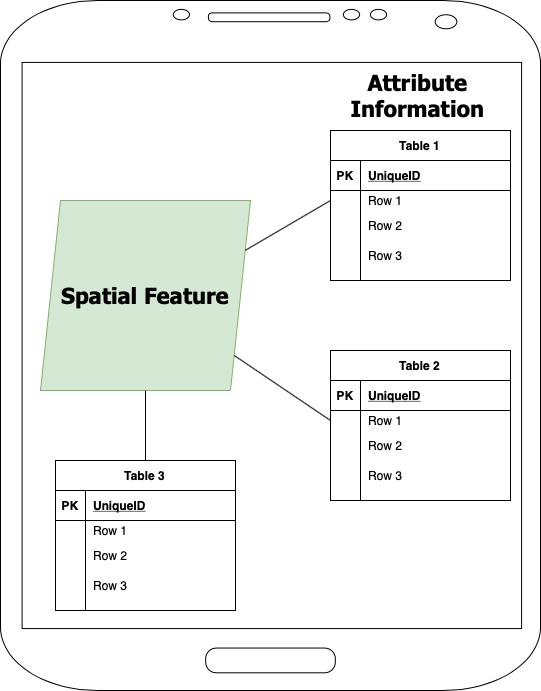
The draw.io diagram img_tonga_crop_survey/qfield-concept.png in livelihoods-and-landscapes/qgis_qfield_tutorials, before a commit. Source tidied: cells renumbered, new cells last; positions are measured from the earlier drawing's top-left corner, leaving out a move shared by most shapes.
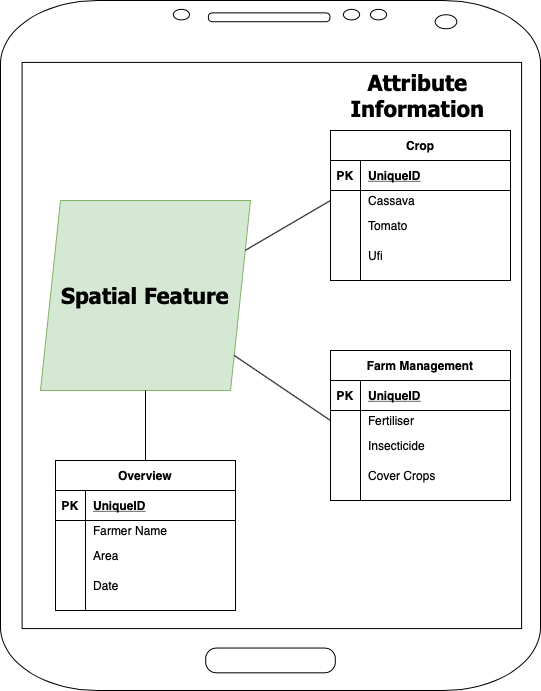
After the change.

What changed in the source:
```diff
@@ -14,7 +14,7 @@
     <mxCell id="5" style="endArrow=none;html=1;exitX=0.5;exitY=0;exitDx=0;exitDy=0;entryX=0.5;entryY=1;entryDx=0;entryDy=0;" parent="1" edge="1" source="6" target="2">
       <mxGeometry relative="1" as="geometry" />
     </mxCell>
-    <mxCell id="6" value="Table 3" style="shape=table;startSize=30;rowLines=0;fontStyle=1;align=center;fillColor=none;" parent="1" vertex="1">
+    <mxCell id="6" value="Overview" style="shape=table;startSize=30;rowLines=0;fontStyle=1;align=center;fillColor=none;" parent="1" vertex="1">
       <mxGeometry x="55" y="460" width="180" height="150" as="geometry" />
     </mxCell>
     <mxCell id="7" style="shape=partialRectangle;fillColor=none;top=0;left=0;bottom=1;right=0;" parent="6" vertex="1">
@@ -32,7 +32,7 @@
     <mxCell id="11" style="shape=partialRectangle;fillColor=none;top=0;left=0;bottom=0;right=0;overflow=hidden;" parent="10" vertex="1">
       <mxGeometry width="30" height="20" as="geometry" />
     </mxCell>
-    <mxCell id="12" value="Row 1" style="shape=partialRectangle;fillColor=none;top=0;left=0;bottom=0;right=0;align=left;spacingLeft=6;overflow=hidden;" parent="10" vertex="1">
+    <mxCell id="12" value="Farmer Name" style="shape=partialRectangle;fillColor=none;top=0;left=0;bottom=0;right=0;align=left;spacingLeft=6;overflow=hidden;" parent="10" vertex="1">
       <mxGeometry x="30" width="150" height="20" as="geometry" />
     </mxCell>
     <mxCell id="13" style="shape=partialRectangle;fillColor=none;top=0;left=0;bottom=0;right=0;" parent="6" vertex="1">
@@ -41,7 +41,7 @@
     <mxCell id="14" style="shape=partialRectangle;fillColor=none;top=0;left=0;bottom=0;right=0;overflow=hidden;" parent="13" vertex="1">
       <mxGeometry width="30" height="30" as="geometry" />
     </mxCell>
-    <mxCell id="15" value="Row 2" style="shape=partialRectangle;fillColor=none;top=0;left=0;bottom=0;right=0;align=left;spacingLeft=6;overflow=hidden;" parent="13" vertex="1">
+    <mxCell id="15" value="Area" style="shape=partialRectangle;fillColor=none;top=0;left=0;bottom=0;right=0;align=left;spacingLeft=6;overflow=hidden;" parent="13" vertex="1">
       <mxGeometry x="30" width="150" height="30" as="geometry" />
     </mxCell>
     <mxCell id="16" style="shape=partialRectangle;fillColor=none;top=0;left=0;bottom=0;right=0;" parent="6" vertex="1">
@@ -50,10 +50,10 @@
     <mxCell id="17" style="shape=partialRectangle;fillColor=none;top=0;left=0;bottom=0;right=0;overflow=hidden;" parent="16" vertex="1">
       <mxGeometry width="30" height="30" as="geometry" />
     </mxCell>
-    <mxCell id="18" value="Row 3" style="shape=partialRectangle;fillColor=none;top=0;left=0;bottom=0;right=0;align=left;spacingLeft=6;overflow=hidden;" parent="16" vertex="1">
+    <mxCell id="18" value="Date" style="shape=partialRectangle;fillColor=none;top=0;left=0;bottom=0;right=0;align=left;spacingLeft=6;overflow=hidden;" parent="16" vertex="1">
       <mxGeometry x="30" width="150" height="30" as="geometry" />
     </mxCell>
-    <mxCell id="19" value="Table 2" style="shape=table;startSize=30;rowLines=0;fontStyle=1;align=center;fillColor=none;" parent="1" vertex="1">
+    <mxCell id="19" value="Farm Management" style="shape=table;startSize=30;rowLines=0;fontStyle=1;align=center;fillColor=none;" parent="1" vertex="1">
       <mxGeometry x="330" y="350" width="180" height="150" as="geometry" />
     </mxCell>
     <mxCell id="20" style="shape=partialRectangle;fillColor=none;top=0;left=0;bottom=1;right=0;" parent="19" vertex="1">
@@ -71,7 +71,7 @@
     <mxCell id="24" style="shape=partialRectangle;fillColor=none;top=0;left=0;bottom=0;right=0;overflow=hidden;" parent="23" vertex="1">
       <mxGeometry width="30" height="20" as="geometry" />
     </mxCell>
-    <mxCell id="25" value="Row 1" style="shape=partialRectangle;fillColor=none;top=0;left=0;bottom=0;right=0;align=left;spacingLeft=6;overflow=hidden;" parent="23" vertex="1">
+    <mxCell id="25" value="Fertiliser" style="shape=partialRectangle;fillColor=none;top=0;left=0;bottom=0;right=0;align=left;spacingLeft=6;overflow=hidden;" parent="23" vertex="1">
       <mxGeometry x="30" width="150" height="20" as="geometry" />
     </mxCell>
     <mxCell id="26" style="shape=partialRectangle;fillColor=none;top=0;left=0;bottom=0;right=0;" parent="19" vertex="1">
@@ -80,7 +80,7 @@
     <mxCell id="27" style="shape=partialRectangle;fillColor=none;top=0;left=0;bottom=0;right=0;overflow=hidden;" parent="26" vertex="1">
       <mxGeometry width="30" height="30" as="geometry" />
     </mxCell>
-    <mxCell id="28" value="Row 2" style="shape=partialRectangle;fillColor=none;top=0;left=0;bottom=0;right=0;align=left;spacingLeft=6;overflow=hidden;" parent="26" vertex="1">
+    <mxCell id="28" value="Insecticide" style="shape=partialRectangle;fillColor=none;top=0;left=0;bottom=0;right=0;align=left;spacingLeft=6;overflow=hidden;" parent="26" vertex="1">
       <mxGeometry x="30" width="150" height="30" as="geometry" />
     </mxCell>
     <mxCell id="29" style="shape=partialRectangle;fillColor=none;top=0;left=0;bottom=0;right=0;" parent="19" vertex="1">
@@ -89,10 +89,10 @@
     <mxCell id="30" style="shape=partialRectangle;fillColor=none;top=0;left=0;bottom=0;right=0;overflow=hidden;" parent="29" vertex="1">
       <mxGeometry width="30" height="30" as="geometry" />
     </mxCell>
-    <mxCell id="31" value="Row 3" style="shape=partialRectangle;fillColor=none;top=0;left=0;bottom=0;right=0;align=left;spacingLeft=6;overflow=hidden;" parent="29" vertex="1">
+    <mxCell id="31" value="Cover Crops" style="shape=partialRectangle;fillColor=none;top=0;left=0;bottom=0;right=0;align=left;spacingLeft=6;overflow=hidden;" parent="29" vertex="1">
       <mxGeometry x="30" width="150" height="30" as="geometry" />
     </mxCell>
-    <mxCell id="32" value="Table 1" style="shape=table;startSize=30;rowLines=0;fontStyle=1;align=center;fillColor=none;" parent="1" vertex="1">
+    <mxCell id="32" value="Crop" style="shape=table;startSize=30;rowLines=0;fontStyle=1;align=center;fillColor=none;" parent="1" vertex="1">
       <mxGeometry x="330" y="130" width="180" height="150" as="geometry" />
     </mxCell>
     <mxCell id="33" style="shape=partialRectangle;fillColor=none;top=0;left=0;bottom=1;right=0;" parent="32" vertex="1">
@@ -110,7 +110,7 @@
     <mxCell id="37" style="shape=partialRectangle;fillColor=none;top=0;left=0;bottom=0;right=0;overflow=hidden;" parent="36" vertex="1">
       <mxGeometry width="30" height="20" as="geometry" />
     </mxCell>
-    <mxCell id="38" value="Row 1" style="shape=partialRectangle;fillColor=none;top=0;left=0;bottom=0;right=0;align=left;spacingLeft=6;overflow=hidden;" parent="36" vertex="1">
+    <mxCell id="38" value="Cassava" style="shape=partialRectangle;fillColor=none;top=0;left=0;bottom=0;right=0;align=left;spacingLeft=6;overflow=hidden;" parent="36" vertex="1">
       <mxGeometry x="30" width="150" height="20" as="geometry" />
     </mxCell>
     <mxCell id="39" style="shape=partialRectangle;fillColor=none;top=0;left=0;bottom=0;right=0;" parent="32" vertex="1">
@@ -119,7 +119,7 @@
     <mxCell id="40" style="shape=partialRectangle;fillColor=none;top=0;left=0;bottom=0;right=0;overflow=hidden;" parent="39" vertex="1">
       <mxGeometry width="30" height="30" as="geometry" />
     </mxCell>
-    <mxCell id="41" value="Row 2" style="shape=partialRectangle;fillColor=none;top=0;left=0;bottom=0;right=0;align=left;spacingLeft=6;overflow=hidden;" parent="39" vertex="1">
+    <mxCell id="41" value="Tomato" style="shape=partialRectangle;fillColor=none;top=0;left=0;bottom=0;right=0;align=left;spacingLeft=6;overflow=hidden;" parent="39" vertex="1">
       <mxGeometry x="30" width="150" height="30" as="geometry" />
     </mxCell>
     <mxCell id="42" style="shape=partialRectangle;fillColor=none;top=0;left=0;bottom=0;right=0;" parent="32" vertex="1">
@@ -128,7 +128,7 @@
     <mxCell id="43" style="shape=partialRectangle;fillColor=none;top=0;left=0;bottom=0;right=0;overflow=hidden;" parent="42" vertex="1">
       <mxGeometry width="30" height="30" as="geometry" />
     </mxCell>
-    <mxCell id="44" value="Row 3" style="shape=partialRectangle;fillColor=none;top=0;left=0;bottom=0;right=0;align=left;spacingLeft=6;overflow=hidden;" parent="42" vertex="1">
+    <mxCell id="44" value="Ufi" style="shape=partialRectangle;fillColor=none;top=0;left=0;bottom=0;right=0;align=left;spacingLeft=6;overflow=hidden;" parent="42" vertex="1">
       <mxGeometry x="30" width="150" height="30" as="geometry" />
     </mxCell>
     <mxCell id="45" value="&lt;font face=&quot;Tahoma&quot; size=&quot;1&quot;&gt;&lt;b style=&quot;font-size: 22px&quot;&gt;Spatial Feature&lt;/b&gt;&lt;/font&gt;" style="text;html=1;strokeColor=none;fillColor=none;align=center;verticalAlign=middle;whiteSpace=wrap;rounded=0;" parent="1" vertex="1">
```
